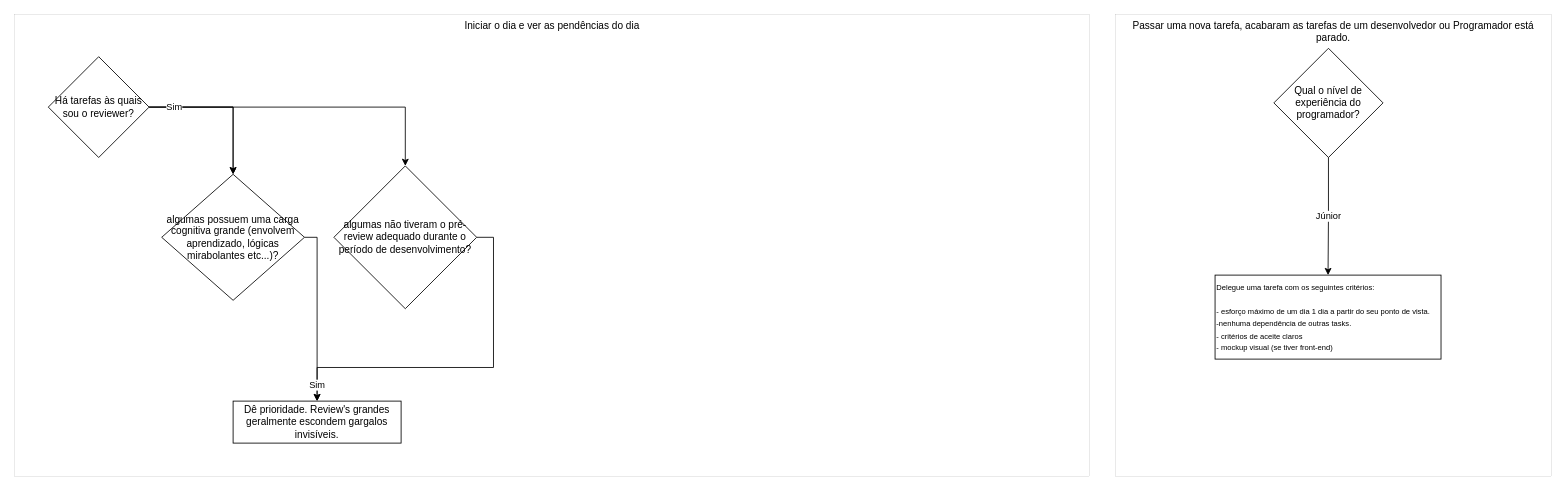
geangontijo/software-workflow keeps this draw.io diagram as diagrams/Diagrama sem nome.drawio. Above is the earlier version. Source tidied: cells renumbered, new cells numbered last; positions are measured from the earlier drawing's top-left corner, leaving out a move shared by most shapes. Both pictures are drawn from the tidied source at 84%, with x=0, y=0 at pixel (14, 14).
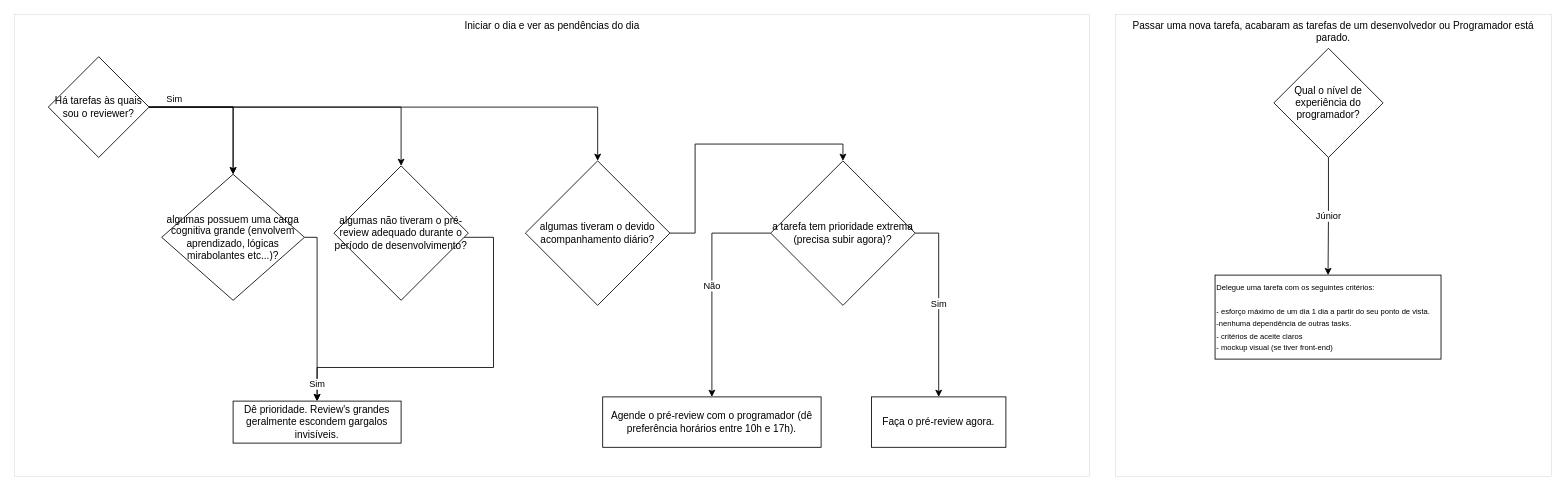
Above is the later version.

Unchanged cells that the change refers to:
```xml
<mxCell id="12" value="Há tarefas às quais sou o reviewer?" style="rhombus;whiteSpace=wrap;html=1;" parent="1" vertex="1">
  <mxGeometry x="40" y="50" width="120" height="120" as="geometry" />
</mxCell>
```

Change to the diagram source:
```diff
@@
     <mxCell id="11" value="Sim" style="edgeStyle=orthogonalEdgeStyle;rounded=0;jettySize=auto;html=1;" parent="1" edge="1" source="12" target="16">
-      <mxGeometry x="-0.84" relative="1" as="geometry" />
+      <mxGeometry x="-0.84" y="10" relative="1" as="geometry" />
     </mxCell>
+    <mxCell id="18" style="edgeStyle=orthogonalEdgeStyle;rounded=0;jettySize=auto;html=1;" parent="1" edge="1" source="12" target="20">
+      <mxGeometry relative="1" as="geometry" />
+    </mxCell>
@@
     <mxCell id="16" value="algumas não tiveram o pré-review adequado durante o período de desenvolvimento?" style="rhombus;whiteSpace=wrap;html=1;" parent="1" vertex="1">
-      <mxGeometry x="380" y="180" width="170" height="170" as="geometry" />
+      <mxGeometry x="380" y="180" width="160" height="160" as="geometry" />
     </mxCell>
@@
+    <mxCell id="19" style="edgeStyle=orthogonalEdgeStyle;rounded=0;jettySize=auto;html=1;entryX=0.5;entryY=0;entryDx=0;entryDy=0;" parent="1" edge="1" source="20" target="23">
+      <mxGeometry relative="1" as="geometry">
+        <Array as="points">
+          <mxPoint x="810" y="260" />
+          <mxPoint x="810" y="154" />
+          <mxPoint x="986" y="154" />
+        </Array>
+      </mxGeometry>
+    </mxCell>
+    <mxCell id="20" value="algumas tiveram o devido acompanhamento diário?" style="rhombus;whiteSpace=wrap;html=1;" parent="1" vertex="1">
+      <mxGeometry x="608" y="174" width="172" height="172" as="geometry" />
+    </mxCell>
+    <mxCell id="21" value="Não" style="edgeStyle=orthogonalEdgeStyle;rounded=0;jettySize=auto;html=1;" parent="1" edge="1" source="23" target="24">
+      <mxGeometry relative="1" as="geometry">
+        <Array as="points">
+          <mxPoint x="830" y="260" />
+        </Array>
+      </mxGeometry>
+    </mxCell>
+    <mxCell id="22" value="Sim" style="edgeStyle=orthogonalEdgeStyle;rounded=0;jettySize=auto;html=1;" parent="1" edge="1" source="23" target="25">
+      <mxGeometry relative="1" as="geometry">
+        <Array as="points">
+          <mxPoint x="1100" y="260" />
+        </Array>
+      </mxGeometry>
+    </mxCell>
+    <mxCell id="23" value="a tarefa tem prioridade extrema (precisa subir agora)?" style="rhombus;whiteSpace=wrap;html=1;" parent="1" vertex="1">
+      <mxGeometry x="900" y="174" width="172" height="172" as="geometry" />
+    </mxCell>
+    <mxCell id="24" value="Agende o pré-review com o programador (dê preferência horários entre 10h e 17h)." style="whiteSpace=wrap;html=1;" parent="1" vertex="1">
+      <mxGeometry x="700" y="455" width="260" height="60" as="geometry" />
+    </mxCell>
+    <mxCell id="25" value="Faça o pré-review agora." style="whiteSpace=wrap;html=1;" parent="1" vertex="1">
+      <mxGeometry x="1020" y="455" width="160" height="60" as="geometry" />
+    </mxCell>
```
